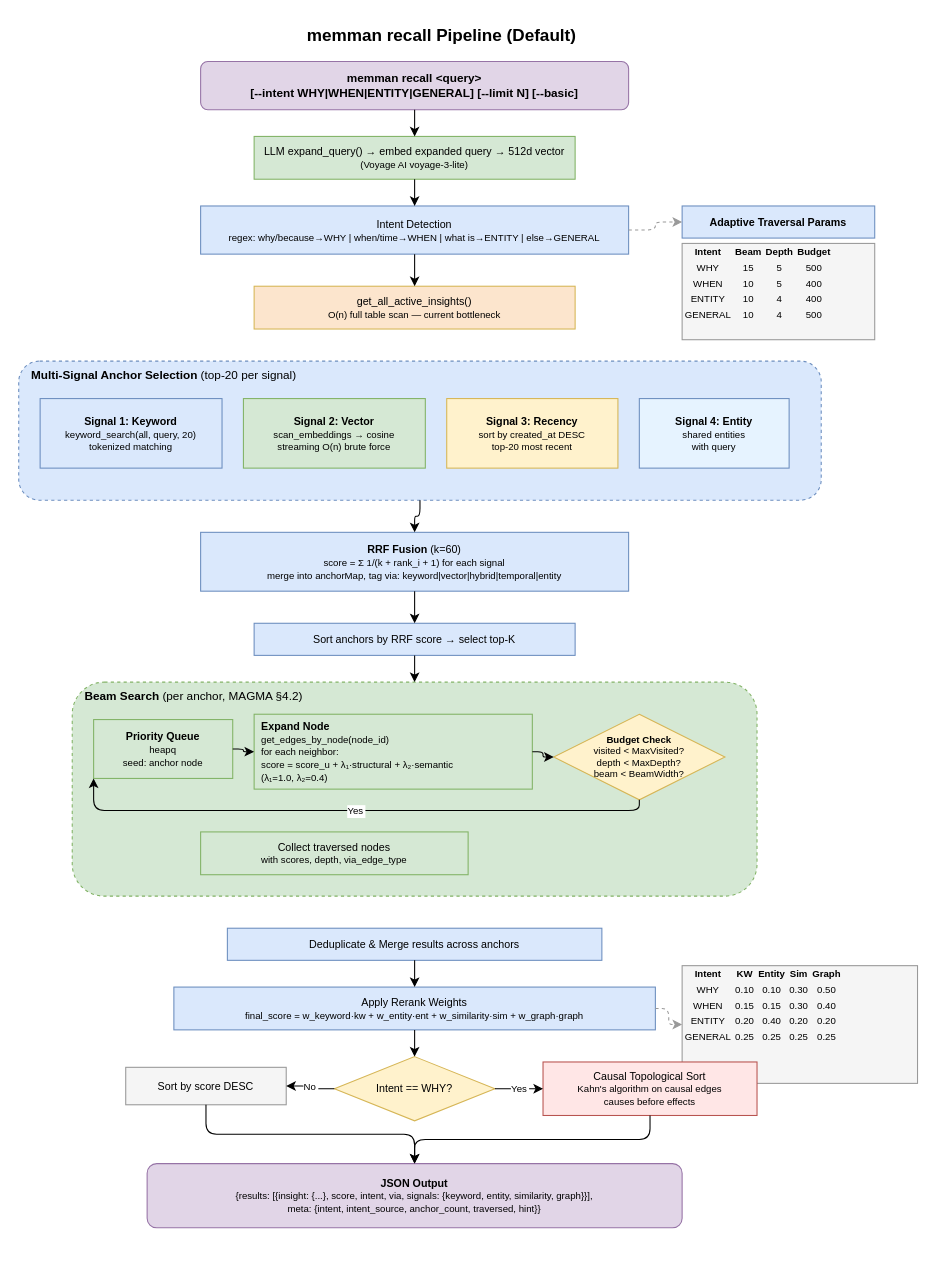
Earlier version of the draw.io diagram docs/diagrams/03-smart-recall-pipeline.drawio (bissli/memman). Source tidied: cells renumbered, new cells numbered last; positions are measured from the earlier drawing's top-left corner, leaving out a move shared by most shapes. Both pictures are drawn from the tidied source at 107%, with x=0, y=0 at pixel (18, 18).
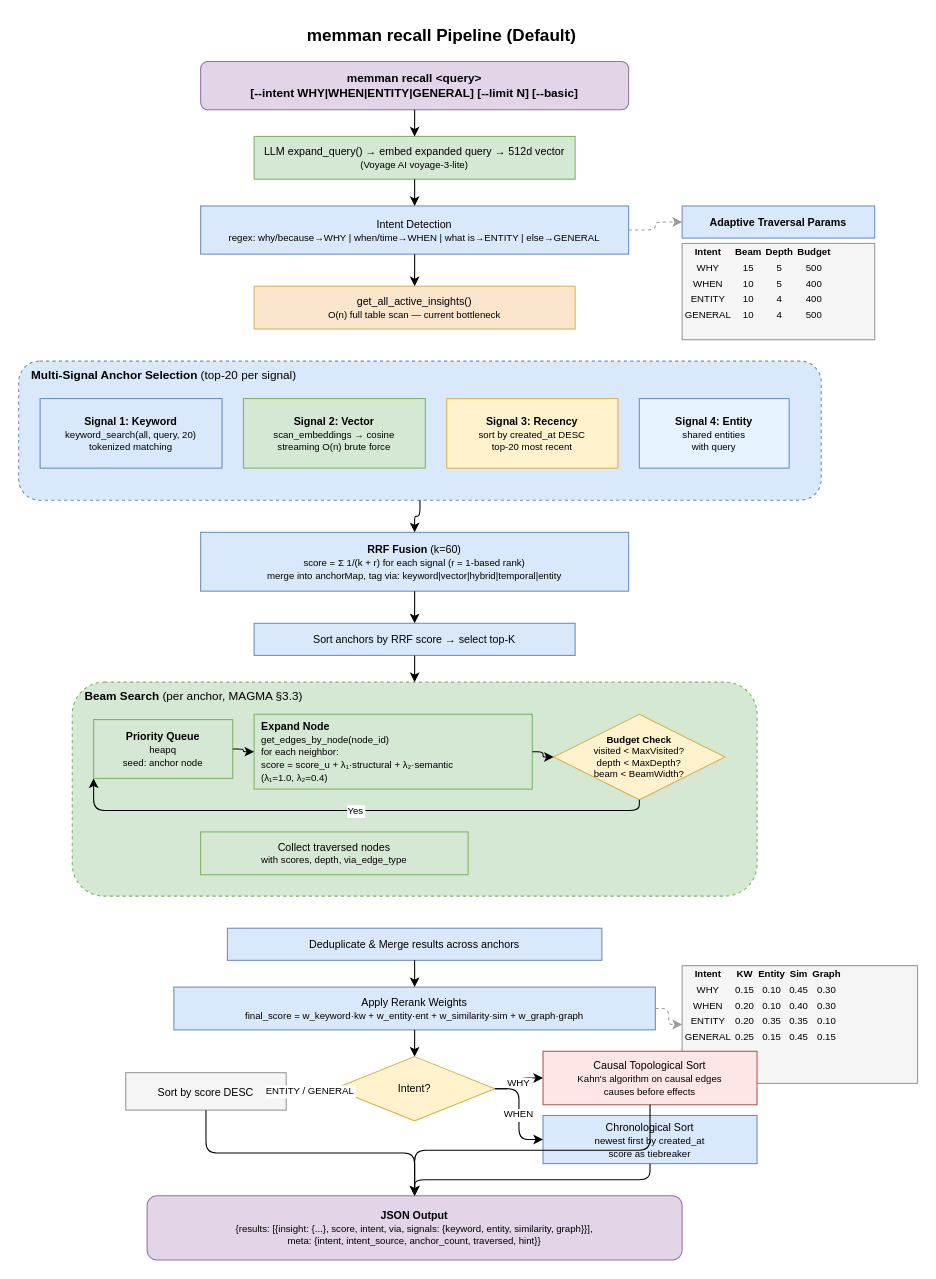
After the change.

Commit message (it also covers changes not shown here):
Fix precision issues in docs and diagrams against MAGMA/RRF papers

Diff of the diagram source:
```diff
@@
-    <mxCell id="18" value="&lt;b&gt;RRF Fusion&lt;/b&gt; (k=60)&lt;br&gt;&lt;font style=&quot;font-size:9px&quot;&gt;score = Σ 1/(k + rank_i + 1)  for each signal&lt;br&gt;merge into anchorMap, tag via: keyword|vector|hybrid|temporal|entity&lt;/font&gt;" style="rounded=0;whiteSpace=wrap;html=1;fillColor=#dae8fc;strokeColor=#6c8ebf;fontSize=10;" parent="1" vertex="1">
+    <mxCell id="18" value="&lt;b&gt;RRF Fusion&lt;/b&gt; (k=60)&lt;br&gt;&lt;font style=&quot;font-size:9px&quot;&gt;score = Σ 1/(k + r)  for each signal (r = 1-based rank)&lt;br&gt;merge into anchorMap, tag via: keyword|vector|hybrid|temporal|entity&lt;/font&gt;" style="rounded=0;whiteSpace=wrap;html=1;fillColor=#dae8fc;strokeColor=#6c8ebf;fontSize=10;" parent="1" vertex="1">
       <mxGeometry x="170" y="480" width="400" height="55" as="geometry" />
     </mxCell>
@@
-    <mxCell id="22" value="&lt;b&gt;Beam Search&lt;/b&gt;  (per anchor, MAGMA §4.2)" style="rounded=1;whiteSpace=wrap;html=1;fillColor=#d5e8d4;strokeColor=#82b366;verticalAlign=top;fontSize=11;align=left;spacingLeft=10;dashed=1;" parent="1" vertex="1">
+    <mxCell id="22" value="&lt;b&gt;Beam Search&lt;/b&gt;  (per anchor, MAGMA §3.3)" style="rounded=1;whiteSpace=wrap;html=1;fillColor=#d5e8d4;strokeColor=#82b366;verticalAlign=top;fontSize=11;align=left;spacingLeft=10;dashed=1;" parent="1" vertex="1">
       <mxGeometry x="50" y="620" width="640" height="200" as="geometry" />
     </mxCell>
@@
-    <mxCell id="34" value="&lt;table style=&quot;font-size:9px;&quot;&gt;&lt;tr&gt;&lt;th&gt;Intent&lt;/th&gt;&lt;th&gt;KW&lt;/th&gt;&lt;th&gt;Entity&lt;/th&gt;&lt;th&gt;Sim&lt;/th&gt;&lt;th&gt;Graph&lt;/th&gt;&lt;/tr&gt;&lt;tr&gt;&lt;td&gt;WHY&lt;/td&gt;&lt;td&gt;0.10&lt;/td&gt;&lt;td&gt;0.10&lt;/td&gt;&lt;td&gt;0.30&lt;/td&gt;&lt;td&gt;0.50&lt;/td&gt;&lt;/tr&gt;&lt;tr&gt;&lt;td&gt;WHEN&lt;/td&gt;&lt;td&gt;0.15&lt;/td&gt;&lt;td&gt;0.15&lt;/td&gt;&lt;td&gt;0.30&lt;/td&gt;&lt;td&gt;0.40&lt;/td&gt;&lt;/tr&gt;&lt;tr&gt;&lt;td&gt;ENTITY&lt;/td&gt;&lt;td&gt;0.20&lt;/td&gt;&lt;td&gt;0.40&lt;/td&gt;&lt;td&gt;0.20&lt;/td&gt;&lt;td&gt;0.20&lt;/td&gt;&lt;/tr&gt;&lt;tr&gt;&lt;td&gt;GENERAL&lt;/td&gt;&lt;td&gt;0.25&lt;/td&gt;&lt;td&gt;0.25&lt;/td&gt;&lt;td&gt;0.25&lt;/td&gt;&lt;td&gt;0.25&lt;/td&gt;&lt;/tr&gt;&lt;/table&gt;" style="rounded=0;whiteSpace=wrap;html=1;fillColor=#f5f5f5;strokeColor=#999999;overflow=fill;" parent="1" vertex="1">
+    <mxCell id="34" value="&lt;table style=&quot;font-size:9px;&quot;&gt;&lt;tr&gt;&lt;th&gt;Intent&lt;/th&gt;&lt;th&gt;KW&lt;/th&gt;&lt;th&gt;Entity&lt;/th&gt;&lt;th&gt;Sim&lt;/th&gt;&lt;th&gt;Graph&lt;/th&gt;&lt;/tr&gt;&lt;tr&gt;&lt;td&gt;WHY&lt;/td&gt;&lt;td&gt;0.15&lt;/td&gt;&lt;td&gt;0.10&lt;/td&gt;&lt;td&gt;0.45&lt;/td&gt;&lt;td&gt;0.30&lt;/td&gt;&lt;/tr&gt;&lt;tr&gt;&lt;td&gt;WHEN&lt;/td&gt;&lt;td&gt;0.20&lt;/td&gt;&lt;td&gt;0.10&lt;/td&gt;&lt;td&gt;0.40&lt;/td&gt;&lt;td&gt;0.30&lt;/td&gt;&lt;/tr&gt;&lt;tr&gt;&lt;td&gt;ENTITY&lt;/td&gt;&lt;td&gt;0.20&lt;/td&gt;&lt;td&gt;0.35&lt;/td&gt;&lt;td&gt;0.35&lt;/td&gt;&lt;td&gt;0.10&lt;/td&gt;&lt;/tr&gt;&lt;tr&gt;&lt;td&gt;GENERAL&lt;/td&gt;&lt;td&gt;0.25&lt;/td&gt;&lt;td&gt;0.15&lt;/td&gt;&lt;td&gt;0.45&lt;/td&gt;&lt;td&gt;0.15&lt;/td&gt;&lt;/tr&gt;&lt;/table&gt;" style="rounded=0;whiteSpace=wrap;html=1;fillColor=#f5f5f5;strokeColor=#999999;overflow=fill;" parent="1" vertex="1">
       <mxGeometry x="620" y="885" width="220" height="110" as="geometry" />
     </mxCell>
@@
-    <mxCell id="36" value="Intent == WHY?" style="rhombus;whiteSpace=wrap;html=1;fillColor=#fff2cc;strokeColor=#d6b656;fontSize=10;" parent="1" vertex="1">
+    <mxCell id="36" value="Intent?" style="rhombus;whiteSpace=wrap;html=1;fillColor=#fff2cc;strokeColor=#d6b656;fontSize=10;" parent="1" vertex="1">
       <mxGeometry x="295" y="970" width="150" height="60" as="geometry" />
     </mxCell>
@@
     <mxCell id="38" value="Causal Topological Sort&lt;br&gt;&lt;font style=&quot;font-size:9px&quot;&gt;Kahn's algorithm on causal edges&lt;br&gt;causes before effects&lt;/font&gt;" style="rounded=0;whiteSpace=wrap;html=1;fillColor=#FFE6E6;strokeColor=#b85450;fontSize=10;" parent="1" vertex="1">
-      <mxGeometry x="490" y="975" width="200" height="50" as="geometry" />
+      <mxGeometry x="490" y="965" width="200" height="50" as="geometry" />
     </mxCell>
-    <mxCell id="39" value="Yes" style="edgeStyle=orthogonalEdgeStyle;rounded=1;fontSize=9;" parent="1" edge="1" source="36" target="38">
+    <mxCell id="39" value="WHY" style="edgeStyle=orthogonalEdgeStyle;rounded=1;fontSize=9;" parent="1" edge="1" source="36" target="38">
       <mxGeometry relative="1" as="geometry" />
     </mxCell>
+    <mxCell id="45" value="Chronological Sort&lt;br&gt;&lt;font style=&quot;font-size:9px&quot;&gt;newest first by created_at&lt;br&gt;score as tiebreaker&lt;/font&gt;" style="rounded=0;whiteSpace=wrap;html=1;fillColor=#dae8fc;strokeColor=#6c8ebf;fontSize=10;" parent="1" vertex="1">
+      <mxGeometry x="490" y="1025" width="200" height="45" as="geometry" />
+    </mxCell>
+    <mxCell id="46" value="WHEN" style="edgeStyle=orthogonalEdgeStyle;rounded=1;fontSize=9;" parent="1" edge="1" source="36" target="45">
+      <mxGeometry relative="1" as="geometry" />
+    </mxCell>
     <mxCell id="40" value="Sort by score DESC" style="rounded=0;whiteSpace=wrap;html=1;fillColor=#f5f5f5;strokeColor=#999999;fontSize=10;" parent="1" vertex="1">
-      <mxGeometry x="100" y="980" width="150" height="35" as="geometry" />
+      <mxGeometry x="100" y="985" width="150" height="35" as="geometry" />
     </mxCell>
-    <mxCell id="41" value="No" style="edgeStyle=orthogonalEdgeStyle;rounded=1;fontSize=9;" parent="1" edge="1" source="36" target="40">
+    <mxCell id="41" value="ENTITY / GENERAL" style="edgeStyle=orthogonalEdgeStyle;rounded=1;fontSize=9;" parent="1" edge="1" source="36" target="40">
       <mxGeometry relative="1" as="geometry" />
     </mxCell>
     <mxCell id="42" value="&lt;b&gt;JSON Output&lt;/b&gt;&lt;br&gt;&lt;font style=&quot;font-size:9px&quot;&gt;{results: [{insight: {...}, score, intent, via, signals: {keyword, entity, similarity, graph}}],&lt;br&gt; meta: {intent, intent_source, anchor_count, traversed, hint}}&lt;/font&gt;" style="rounded=1;whiteSpace=wrap;html=1;fillColor=#e1d5e7;strokeColor=#9673a6;fontSize=10;" parent="1" vertex="1">
-      <mxGeometry x="120" y="1070" width="500" height="60" as="geometry" />
+      <mxGeometry x="120" y="1100" width="500" height="60" as="geometry" />
     </mxCell>
@@
+    <mxCell id="47" style="edgeStyle=orthogonalEdgeStyle;rounded=1;" parent="1" edge="1" source="45" target="42">
+      <mxGeometry relative="1" as="geometry" />
+    </mxCell>
```
